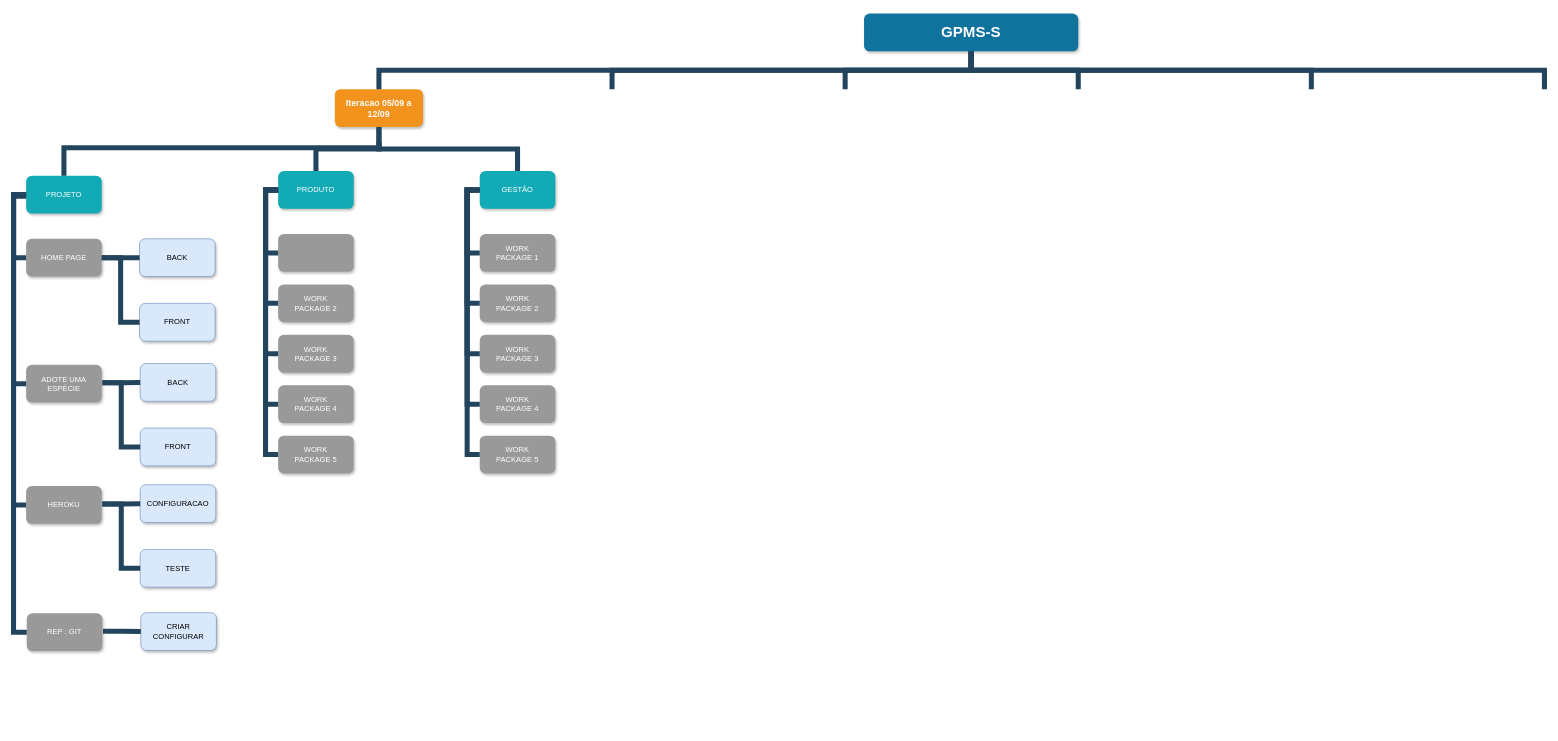
Before: EAP-SUSTENTABILIDADE.drawio in eeckhardt/gpmsTCC00339, a draw.io diagram. Source tidied: cells renumbered, new cells numbered last; positions are measured from the earlier drawing's top-left corner, leaving out a move shared by most shapes. Both pictures are drawn from the tidied source at 63%, with x=0, y=0 at pixel (13, 13).
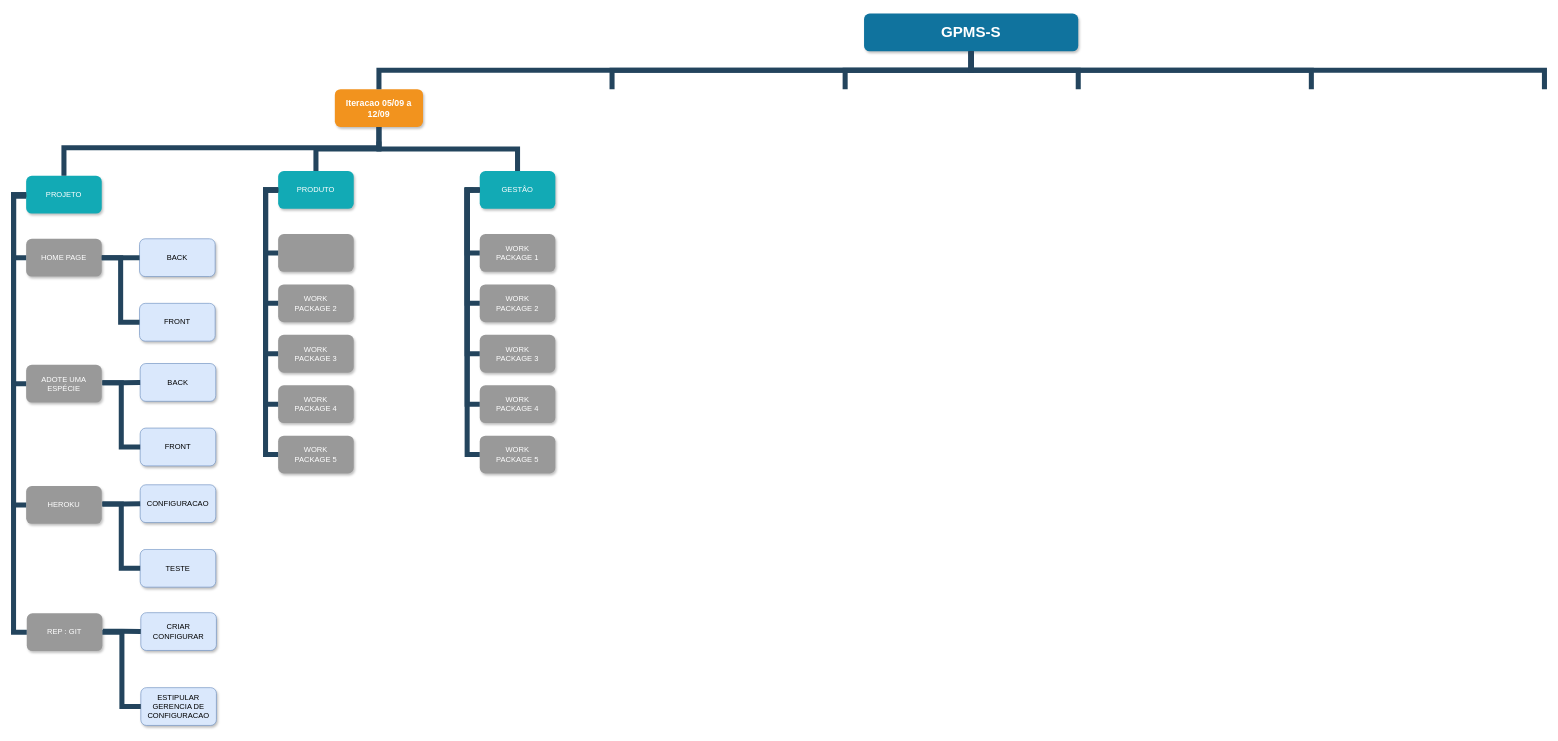
The same page after the edit.

The change refers to these unchanged cells:
```xml
<mxCell id="56" value="REP : GIT" style="whiteSpace=wrap;rounded=1;fillColor=#999999;strokeColor=none;shadow=1;fontColor=#FFFFFF;fontStyle=0;" parent="1" vertex="1">
  <mxGeometry x="21" y="952" width="120" height="60" as="geometry" />
</mxCell>
```

Change to the diagram source:
```diff
@@
+    <mxCell id="60" value="ESTIPULAR GERENCIA DE CONFIGURACAO" style="whiteSpace=wrap;rounded=1;fillColor=#dae8fc;strokeColor=#6c8ebf;shadow=1;fontStyle=0;" parent="1" vertex="1">
+      <mxGeometry x="202" y="1070" width="120" height="60" as="geometry" />
+    </mxCell>
+    <mxCell id="61" style="edgeStyle=elbowEdgeStyle;elbow=horizontal;rounded=0;fontColor=#000000;endArrow=none;endFill=0;strokeWidth=8;strokeColor=#23445D;exitX=1;exitY=0.5;exitDx=0;exitDy=0;" parent="1" edge="1" source="56" target="60">
+      <mxGeometry relative="1" as="geometry" />
+    </mxCell>
```
